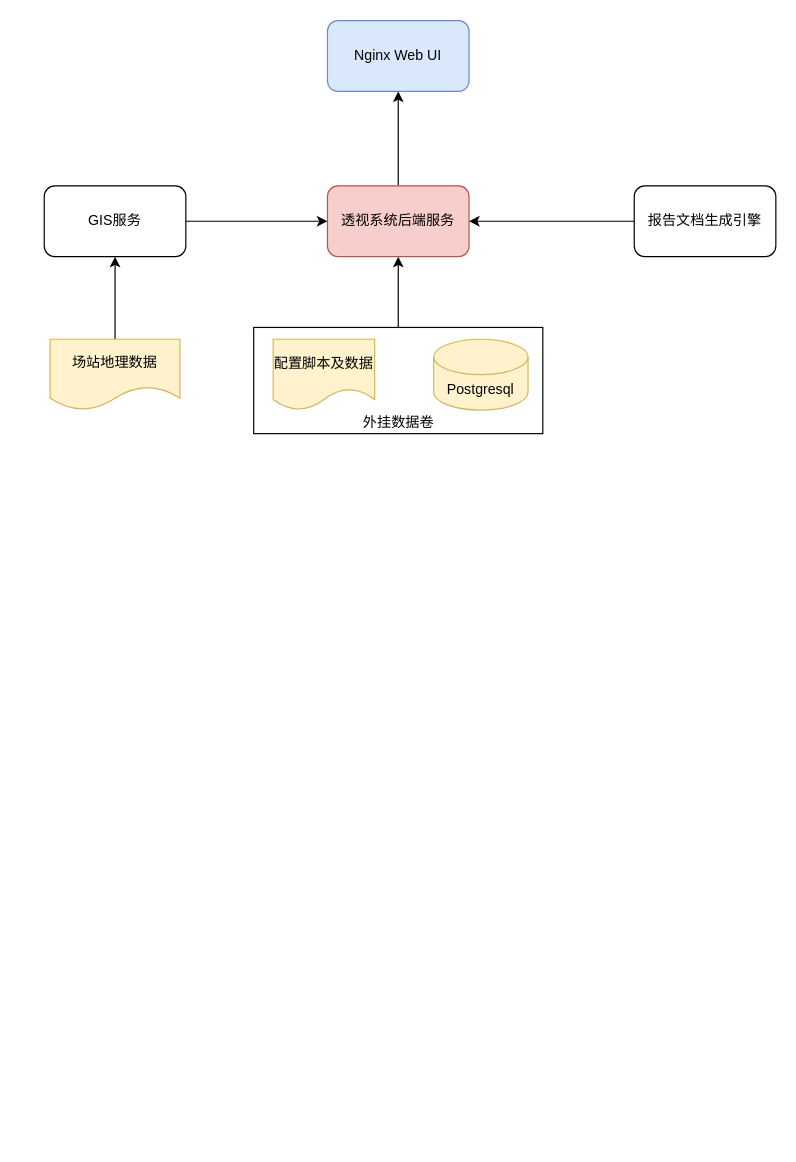
Earlier version of the draw.io diagram 站端透视.drawio (tonyleifang/tony). Source tidied: cells renumbered, new cells numbered last; positions are measured from the earlier drawing's top-left corner, leaving out a move shared by most shapes. Both pictures are drawn from the tidied source at 118%, with x=0, y=0 at pixel (44, 20).
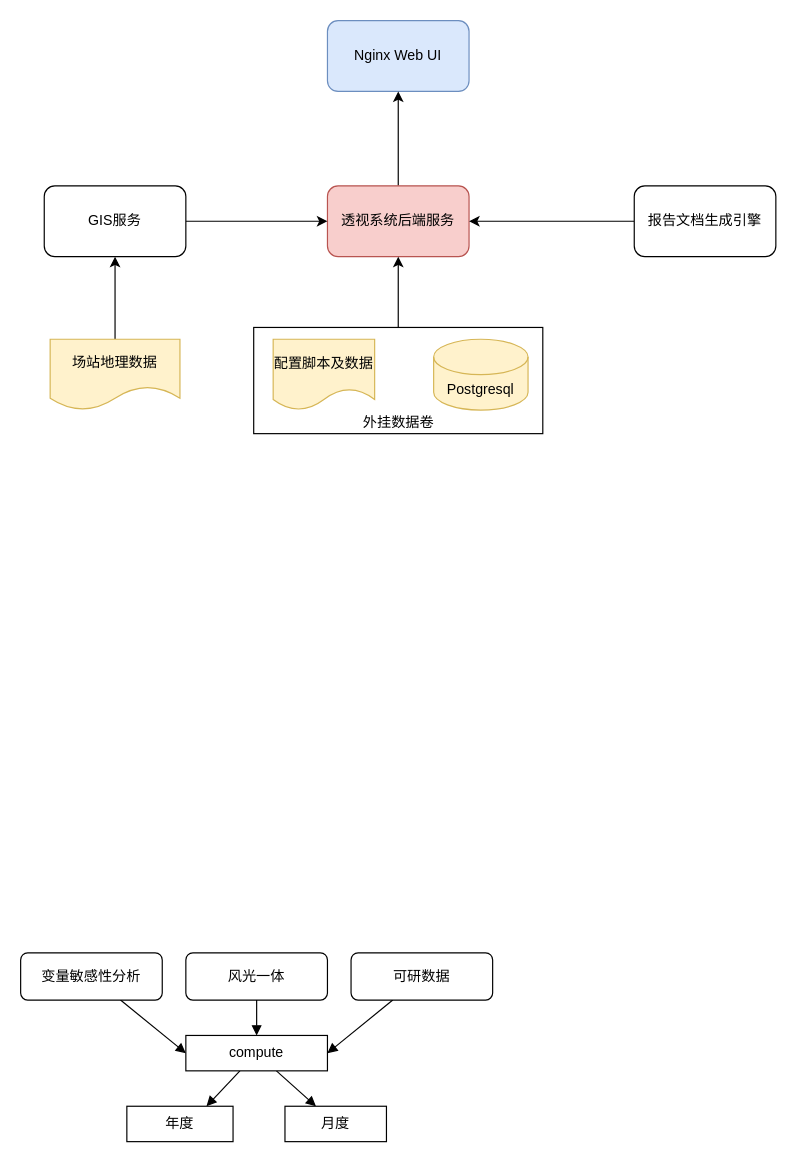
Above is the later version.

Commit message:
更新站端透视.drawio

Diff of the diagram source:
```diff
@@
+    <mxCell id="15" style="rounded=0;jettySize=auto;html=1;endArrow=block;endFill=1;entryX=0;entryY=0.5;entryDx=0;entryDy=0;" parent="1" edge="1" source="16" target="21">
+      <mxGeometry relative="1" as="geometry" />
+    </mxCell>
+    <mxCell id="16" value="变量敏感性分析" style="rounded=1;whiteSpace=wrap;html=1;" parent="1" vertex="1">
+      <mxGeometry x="-20" y="790" width="120" height="40" as="geometry" />
+    </mxCell>
+    <mxCell id="17" style="edgeStyle=none;jettySize=auto;html=1;endArrow=block;endFill=1;" parent="1" edge="1" source="18" target="21">
+      <mxGeometry relative="1" as="geometry" />
+    </mxCell>
+    <mxCell id="18" value="风光一体" style="rounded=1;whiteSpace=wrap;html=1;" parent="1" vertex="1">
+      <mxGeometry x="120" y="790" width="120" height="40" as="geometry" />
+    </mxCell>
+    <mxCell id="19" style="edgeStyle=none;jettySize=auto;html=1;endArrow=block;endFill=1;" parent="1" edge="1" source="21" target="23">
+      <mxGeometry relative="1" as="geometry" />
+    </mxCell>
+    <mxCell id="20" style="edgeStyle=none;jettySize=auto;html=1;endArrow=block;endFill=1;entryX=0.75;entryY=0;entryDx=0;entryDy=0;" parent="1" edge="1" source="21" target="22">
+      <mxGeometry relative="1" as="geometry" />
+    </mxCell>
+    <mxCell id="21" value="compute" style="rounded=0;whiteSpace=wrap;html=1;" parent="1" vertex="1">
+      <mxGeometry x="120" y="860" width="120" height="30" as="geometry" />
+    </mxCell>
+    <mxCell id="22" value="年度" style="rounded=0;whiteSpace=wrap;html=1;" parent="1" vertex="1">
+      <mxGeometry x="70" y="920" width="90" height="30" as="geometry" />
+    </mxCell>
+    <mxCell id="23" value="月度" style="rounded=0;whiteSpace=wrap;html=1;" parent="1" vertex="1">
+      <mxGeometry x="204" y="920" width="86" height="30" as="geometry" />
+    </mxCell>
+    <mxCell id="24" style="edgeStyle=none;jettySize=auto;html=1;endArrow=block;endFill=1;entryX=1;entryY=0.5;entryDx=0;entryDy=0;" parent="1" edge="1" source="25" target="21">
+      <mxGeometry relative="1" as="geometry" />
+    </mxCell>
+    <mxCell id="25" value="可研数据" style="rounded=1;whiteSpace=wrap;html=1;" parent="1" vertex="1">
+      <mxGeometry x="260" y="790" width="120" height="40" as="geometry" />
+    </mxCell>
```
